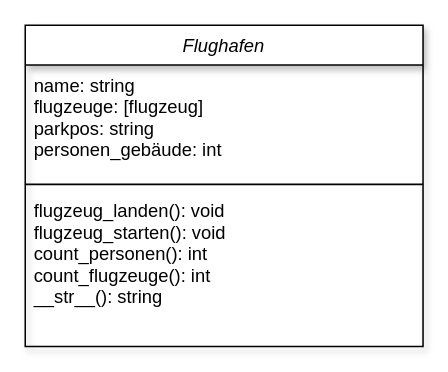
This is page "Flughafen" (2 of 2) of Klassendiagramm.drawio from sstreichan/ProjektFlugzeug, a draw.io file, before an edit. Source tidied: cells renumbered, new cells numbered last; positions are measured from the earlier drawing's top-left corner, leaving out a move shared by most shapes. Both pictures are drawn from the tidied source at 153%, with x=0, y=0 at pixel (24, 24).
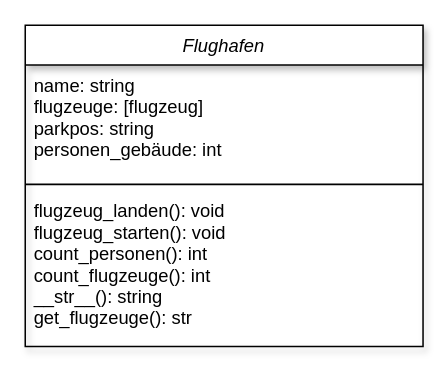
After the change.

The edit, as a diff of the source:
```diff
@@
 <mxGraphModel>
   <root>
     <mxCell id="0" />
     <mxCell id="1" parent="0" />
     <mxCell id="2" value="Flughafen" style="swimlane;fontStyle=2;align=center;verticalAlign=top;horizontal=1;startSize=26;rounded=0;shadow=1;strokeWidth=1;" parent="1" vertex="1">
       <mxGeometry width="260" height="210" as="geometry" />
     </mxCell>
     <mxCell id="3" value="name: string&#10;flugzeuge: [flugzeug]&#10;parkpos: string&#10;personen_gebäude: int" style="text;align=left;verticalAlign=top;spacingLeft=4;spacingRight=4;overflow=hidden;rounded=0;shadow=0;html=0;" parent="2" vertex="1">
       <mxGeometry y="26" width="260" height="74" as="geometry" />
     </mxCell>
     <mxCell id="4" style="line;html=1;strokeWidth=1;align=left;verticalAlign=middle;spacingTop=-1;spacingLeft=3;spacingRight=3;labelPosition=right;" parent="2" vertex="1">
       <mxGeometry y="100" width="260" height="8" as="geometry" />
     </mxCell>
-    <mxCell id="5" value="flugzeug_landen(): void&#10;flugzeug_starten(): void&#10;count_personen(): int&#10;count_flugzeuge(): int&#10;__str__(): string&#10;" style="text;align=left;verticalAlign=top;spacingLeft=4;spacingRight=4;overflow=hidden;" parent="2" vertex="1">
+    <mxCell id="5" value="flugzeug_landen(): void&#10;flugzeug_starten(): void&#10;count_personen(): int&#10;count_flugzeuge(): int&#10;__str__(): string&#10;get_flugzeuge(): str" style="text;align=left;verticalAlign=top;spacingLeft=4;spacingRight=4;overflow=hidden;" parent="2" vertex="1">
       <mxGeometry y="108" width="260" height="102" as="geometry" />
     </mxCell>
   </root>
 </mxGraphModel>
```
